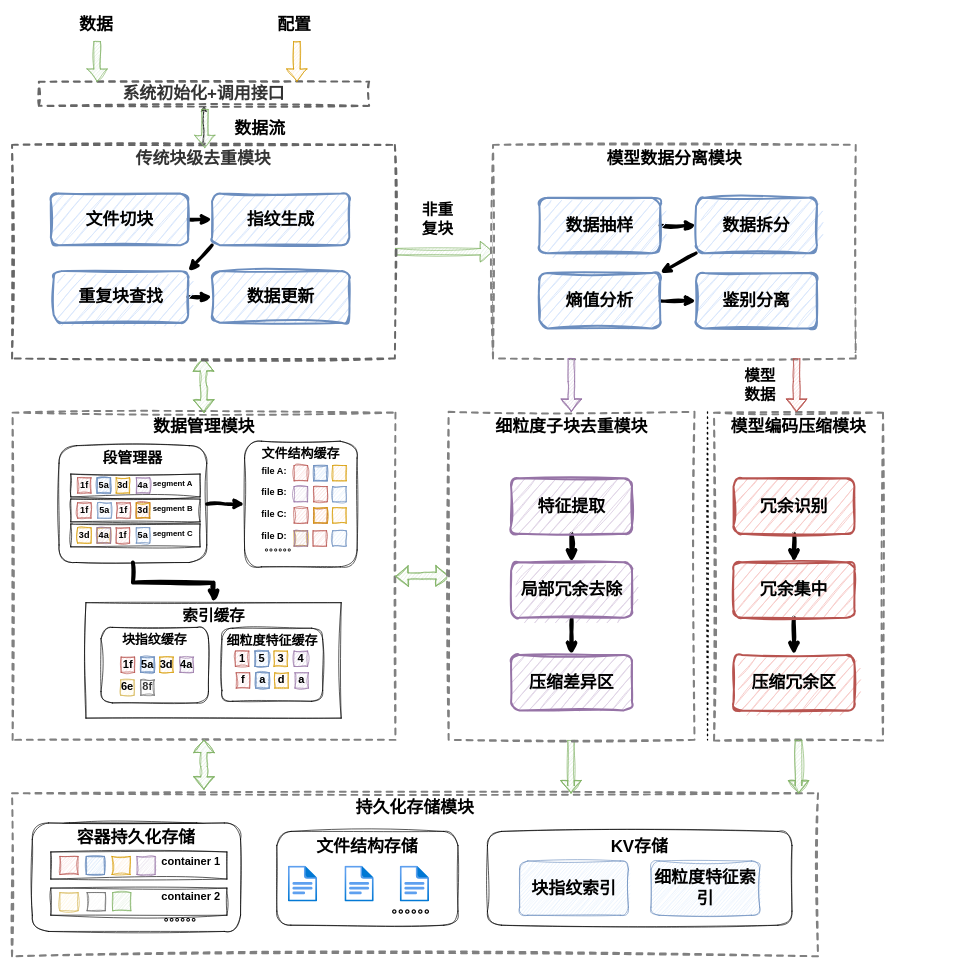
Above: figures/0304细粒度冗余识别的数据缩减系统总体架构.drawio in lucky6six/SJTU-lz (draw.io), before the change. Source tidied: cells renumbered, new cells numbered last; positions are measured from the earlier drawing's top-left corner, leaving out a move shared by most shapes. Both pictures are drawn from the tidied source at 65%, with x=0, y=0 at pixel (12, 11).
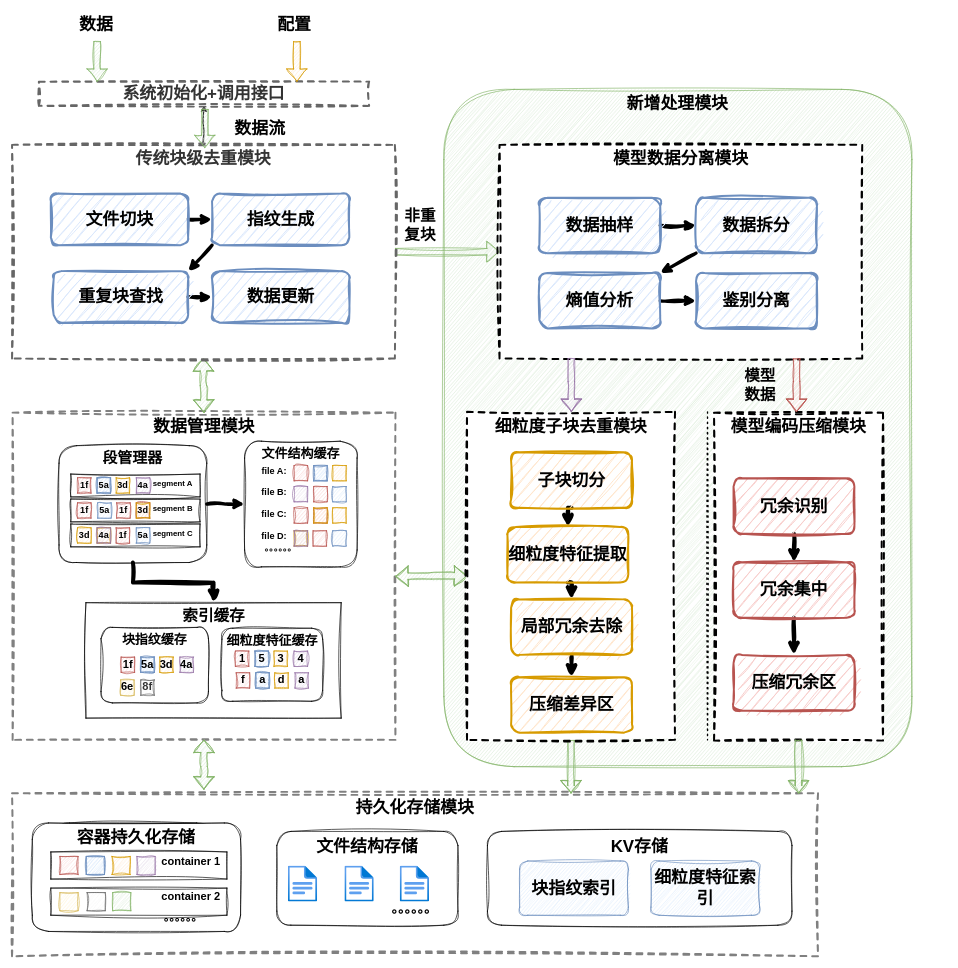
The same diagram, later.

The change refers to these unchanged cells:
```xml
<mxCell id="2" style="group;sketch=1;curveFitting=1;jiggle=2;" parent="1" vertex="1">
  <mxGeometry width="1438.3" height="1453.8" as="geometry" />
</mxCell>
```

The edit, as a diff of the source:
```diff
@@
+    <mxCell id="141" value="新增处理模块" style="rounded=1;whiteSpace=wrap;html=1;verticalAlign=top;fontSize=26;fontStyle=1;sketch=1;curveFitting=1;jiggle=2;fillColor=#d5e8d4;strokeColor=#82b366;" parent="2" vertex="1">
+      <mxGeometry x="664.4" y="120" width="720" height="1042" as="geometry" />
+    </mxCell>
-    <mxCell id="3" value="模型编码压缩模块" style="rounded=0;whiteSpace=wrap;html=1;verticalAlign=top;fillColor=#FFFFFF;strokeColor=#808080;strokeWidth=3;fontSize=26;fontStyle=1;dashed=1;sketch=1;curveFitting=1;jiggle=2;" parent="2" vertex="1">
+    <mxCell id="3" value="模型编码压缩模块" style="rounded=0;whiteSpace=wrap;html=1;verticalAlign=top;strokeWidth=3;fontSize=26;fontStyle=1;dashed=1;sketch=1;curveFitting=1;jiggle=2;" parent="2" vertex="1">
       <mxGeometry x="1080" y="617.3" width="260" height="504.6" as="geometry" />
     </mxCell>
@@
-    <mxCell id="81" style="group;strokeColor=#808080;fontSize=26;fontStyle=1;dashed=1;dashPattern=1 1;fillColor=default;strokeWidth=2;sketch=1;curveFitting=1;jiggle=2;" parent="2" vertex="1">
-      <mxGeometry x="740" y="219.5" width="558" height="305.1" as="geometry" />
-    </mxCell>
@@
-    <mxCell id="83" value="模型数据分离模块" style="rounded=0;whiteSpace=wrap;html=1;verticalAlign=top;fillColor=#FFFFFF;strokeColor=#808080;strokeWidth=3;fontSize=26;fontStyle=1;dashed=1;sketch=1;curveFitting=1;jiggle=2;" parent="2" vertex="1">
-      <mxGeometry x="740" y="205.4" width="558" height="328.6" as="geometry" />
+    <mxCell id="83" value="模型数据分离模块" style="rounded=0;whiteSpace=wrap;html=1;verticalAlign=top;strokeWidth=3;fontSize=26;fontStyle=1;dashed=1;sketch=1;curveFitting=1;jiggle=2;" parent="2" vertex="1">
+      <mxGeometry x="750" y="205.4" width="558" height="328.6" as="geometry" />
     </mxCell>
@@
-    <mxCell id="93" value="细粒度子块去重模块" style="rounded=0;whiteSpace=wrap;html=1;verticalAlign=top;fillColor=#FFFFFF;strokeColor=#808080;strokeWidth=3;fontSize=26;fontStyle=1;dashed=1;sketch=1;curveFitting=1;jiggle=2;" parent="2" vertex="1">
-      <mxGeometry x="671.7" y="616.1" width="378.3" height="504.6" as="geometry" />
+    <mxCell id="93" value="细粒度子块去重模块" style="rounded=0;whiteSpace=wrap;html=1;verticalAlign=top;strokeWidth=3;fontSize=26;fontStyle=1;dashed=1;sketch=1;curveFitting=1;jiggle=2;" parent="2" vertex="1">
+      <mxGeometry x="700" y="616.1" width="320" height="504.6" as="geometry" />
     </mxCell>
@@
     <mxCell id="126" value="非重复块" style="text;html=1;whiteSpace=wrap;strokeColor=none;fillColor=none;align=center;verticalAlign=middle;rounded=0;fontFamily=Helvetica;fontSize=24;fontColor=default;fontStyle=1;sketch=1;curveFitting=1;jiggle=2;" parent="2" vertex="1">
-      <mxGeometry x="624.1" y="302.5" width="62" height="35.2" as="geometry" />
+      <mxGeometry x="597" y="311.7" width="62" height="35.2" as="geometry" />
     </mxCell>
@@
-    <mxCell id="128" style="edgeStyle=orthogonalEdgeStyle;rounded=0;jettySize=auto;html=1;exitX=0.5;exitY=1;exitDx=0;exitDy=0;entryX=0.5;entryY=0;entryDx=0;entryDy=0;strokeWidth=6;sketch=1;curveFitting=1;jiggle=2;" parent="2" edge="1" source="129" target="131">
-      <mxGeometry relative="1" as="geometry" />
-    </mxCell>
+    <mxCell id="142" style="edgeStyle=orthogonalEdgeStyle;rounded=0;jettySize=auto;html=1;exitX=0.5;exitY=1;exitDx=0;exitDy=0;entryX=0.5;entryY=0;entryDx=0;entryDy=0;strokeWidth=6;sketch=1;curveFitting=1;jiggle=2;" parent="2" edge="1" source="129" target="144">
+      <mxGeometry relative="1" as="geometry" />
+    </mxCell>
-    <mxCell id="129" value="特征提取" style="rounded=1;whiteSpace=wrap;html=1;fillColor=#e1d5e7;strokeColor=#9673a6;strokeWidth=3;fontSize=26;fontStyle=1;sketch=1;curveFitting=1;jiggle=2;" parent="2" vertex="1">
-      <mxGeometry x="767.8" y="718.4" width="186" height="85.4" as="geometry" />
+    <mxCell id="129" value="子块切分" style="rounded=1;whiteSpace=wrap;html=1;fillColor=#ffe6cc;strokeColor=#d79b00;strokeWidth=3;fontSize=26;fontStyle=1;sketch=1;curveFitting=1;jiggle=2;" parent="2" vertex="1">
+      <mxGeometry x="767.8" y="678.4" width="186" height="85.4" as="geometry" />
     </mxCell>
@@
-    <mxCell id="131" value="局部冗余去除" style="rounded=1;whiteSpace=wrap;html=1;fillColor=#e1d5e7;strokeColor=#9673a6;strokeWidth=3;fontSize=26;fontStyle=1;sketch=1;curveFitting=1;jiggle=2;" parent="2" vertex="1">
-      <mxGeometry x="767.8" y="847.6" width="186" height="85.4" as="geometry" />
+    <mxCell id="131" value="局部冗余去除" style="rounded=1;whiteSpace=wrap;html=1;fillColor=#ffe6cc;strokeColor=#d79b00;strokeWidth=3;fontSize=26;fontStyle=1;sketch=1;curveFitting=1;jiggle=2;" parent="2" vertex="1">
+      <mxGeometry x="767.8" y="904.6" width="186" height="85.4" as="geometry" />
     </mxCell>
-    <mxCell id="132" value="压缩差异区" style="rounded=1;whiteSpace=wrap;html=1;fillColor=#e1d5e7;strokeColor=#9673a6;strokeWidth=3;fontSize=26;fontStyle=1;sketch=1;curveFitting=1;jiggle=2;" parent="2" vertex="1">
-      <mxGeometry x="767.8" y="990.1" width="186" height="85.4" as="geometry" />
+    <mxCell id="132" value="压缩差异区" style="rounded=1;whiteSpace=wrap;html=1;fillColor=#ffe6cc;strokeColor=#d79b00;strokeWidth=3;fontSize=26;fontStyle=1;sketch=1;curveFitting=1;jiggle=2;" parent="2" vertex="1">
+      <mxGeometry x="767.8" y="1024.4" width="186" height="85.4" as="geometry" />
     </mxCell>
@@
+    <mxCell id="143" style="edgeStyle=orthogonalEdgeStyle;rounded=0;jettySize=auto;html=1;exitX=0.5;exitY=1;exitDx=0;exitDy=0;entryX=0.5;entryY=0;entryDx=0;entryDy=0;strokeWidth=6;sketch=1;curveFitting=1;jiggle=2;" parent="2" edge="1" source="144" target="131">
+      <mxGeometry relative="1" as="geometry" />
+    </mxCell>
+    <mxCell id="144" value="细粒度特征提取" style="rounded=1;whiteSpace=wrap;html=1;fillColor=#ffe6cc;strokeColor=#d79b00;strokeWidth=3;fontSize=26;fontStyle=1;sketch=1;curveFitting=1;jiggle=2;" parent="2" vertex="1">
+      <mxGeometry x="762.2" y="793.2" width="186" height="85.4" as="geometry" />
+    </mxCell>
```
